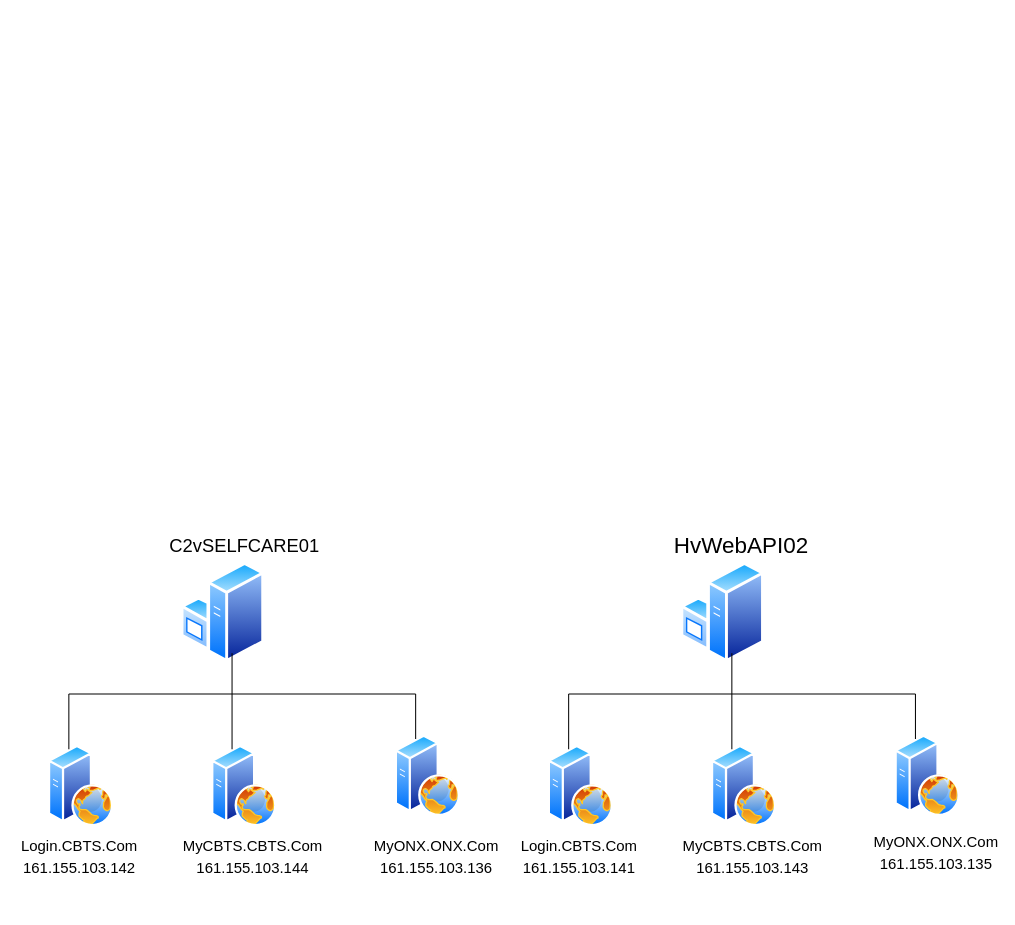
Above: CBTS.drawio in DeepakSagare/Deisgn (draw.io), before the change. Source tidied: cells renumbered, new cells numbered last; positions are measured from the earlier drawing's top-left corner, leaving out a move shared by most shapes. Both pictures are drawn from the tidied source at 102%, with x=0, y=0 at pixel (17, 530).
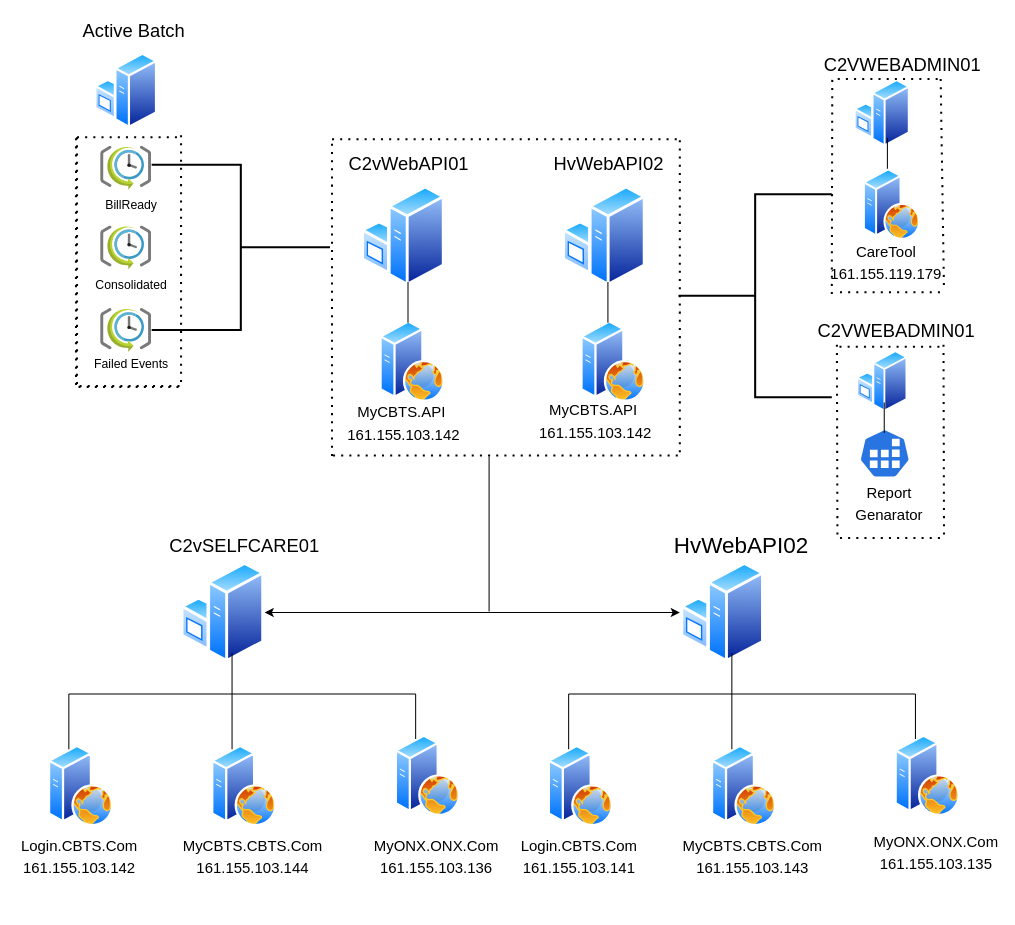
The same diagram, later.

The change refers to these unchanged cells:
```xml
<mxCell id="2" style="perimeter=ellipsePerimeter;html=1;align=center;shadow=0;dashed=0;spacingTop=3;image;image=img/lib/active_directory/windows_server.svg;" parent="1" vertex="1">
  <mxGeometry x="160" y="30" width="82" height="100" as="geometry" />
</mxCell>
```

What changed in the source:
```diff
@@
+    <mxCell id="28" style="perimeter=ellipsePerimeter;html=1;align=center;shadow=0;dashed=0;spacingTop=3;image;image=img/lib/active_directory/windows_server.svg;" parent="1" vertex="1">
+      <mxGeometry x="337" y="-339" width="82" height="100" as="geometry" />
+    </mxCell>
+    <mxCell id="29" value="C2vWebAPI01" style="text;html=1;align=center;verticalAlign=middle;fontSize=18;" parent="1" vertex="1">
+      <mxGeometry x="319" y="-372" width="128" height="26" as="geometry" />
+    </mxCell>
+    <mxCell id="30" style="perimeter=ellipsePerimeter;html=1;align=center;shadow=0;dashed=0;spacingTop=3;image;image=img/lib/active_directory/windows_server.svg;" parent="1" vertex="1">
+      <mxGeometry x="534" y="-339" width="82" height="100" as="geometry" />
+    </mxCell>
+    <mxCell id="31" value="HvWebAPI02" style="text;html=1;align=center;verticalAlign=middle;fontSize=18;" parent="1" vertex="1">
+      <mxGeometry x="520" y="-372" width="118" height="26" as="geometry" />
+    </mxCell>
+    <mxCell id="32" style="perimeter=ellipsePerimeter;html=1;align=center;shadow=0;dashed=0;spacingTop=3;image;image=img/lib/active_directory/web_server.svg;fontSize=18;" parent="1" vertex="1">
+      <mxGeometry x="355" y="-206" width="64" height="80" as="geometry" />
+    </mxCell>
+    <mxCell id="33" style="perimeter=ellipsePerimeter;html=1;align=center;shadow=0;dashed=0;spacingTop=3;image;image=img/lib/active_directory/web_server.svg;fontSize=18;" parent="1" vertex="1">
+      <mxGeometry x="552" y="-206" width="64" height="80" as="geometry" />
+    </mxCell>
+    <mxCell id="34" style="endArrow=none;html=1;fontSize=18;" parent="1" edge="1">
+      <mxGeometry relative="1" as="geometry">
+        <mxPoint x="382.5" y="-204" as="sourcePoint" />
+        <mxPoint x="382.5" y="-244" as="targetPoint" />
+      </mxGeometry>
+    </mxCell>
+    <mxCell id="35" style="endArrow=none;html=1;fontSize=18;" parent="1" edge="1">
+      <mxGeometry relative="1" as="geometry">
+        <mxPoint x="578.5" y="-204" as="sourcePoint" />
+        <mxPoint x="578.5" y="-244" as="targetPoint" />
+      </mxGeometry>
+    </mxCell>
+    <mxCell id="36" style="endArrow=none;dashed=1;html=1;dashPattern=1 3;strokeWidth=2;labelBackgroundColor=#ffffff;fontSize=22;" parent="1" edge="1">
+      <mxGeometry relative="1" as="geometry">
+        <mxPoint x="308" y="-384" as="sourcePoint" />
+        <mxPoint x="649" y="-384" as="targetPoint" />
+      </mxGeometry>
+    </mxCell>
+    <mxCell id="37" style="endArrow=none;dashed=1;html=1;dashPattern=1 3;strokeWidth=2;labelBackgroundColor=#ffffff;fontSize=22;" parent="1" edge="1">
+      <mxGeometry relative="1" as="geometry">
+        <mxPoint x="309" y="-74" as="sourcePoint" />
+        <mxPoint x="650" y="-74" as="targetPoint" />
+      </mxGeometry>
+    </mxCell>
+    <mxCell id="38" style="endArrow=none;dashed=1;html=1;dashPattern=1 3;strokeWidth=2;labelBackgroundColor=#ffffff;fontSize=22;" parent="1" edge="1">
+      <mxGeometry relative="1" as="geometry">
+        <mxPoint x="308" y="-379.5" as="sourcePoint" />
+        <mxPoint x="308" y="-73" as="targetPoint" />
+      </mxGeometry>
+    </mxCell>
+    <mxCell id="39" style="endArrow=none;dashed=1;html=1;dashPattern=1 3;strokeWidth=2;labelBackgroundColor=#ffffff;fontSize=22;" parent="1" edge="1">
+      <mxGeometry relative="1" as="geometry">
+        <mxPoint x="649" y="-383" as="sourcePoint" />
+        <mxPoint x="649" y="-71" as="targetPoint" />
+      </mxGeometry>
+    </mxCell>
+    <mxCell id="40" value="&lt;font face=&quot;calibri, sans-serif&quot;&gt;&lt;span style=&quot;font-size: 14.6667px&quot;&gt;MyCBTS.API&amp;nbsp;&lt;br&gt;&lt;/span&gt;&lt;/font&gt;&lt;span style=&quot;font-size: 11pt ; font-family: &amp;#34;calibri&amp;#34; , sans-serif&quot;&gt;161.155.103.142&lt;/span&gt;&lt;font face=&quot;calibri, sans-serif&quot;&gt;&lt;span style=&quot;font-size: 14.6667px&quot;&gt;&lt;br&gt;&lt;br&gt;&lt;/span&gt;&lt;/font&gt;" style="text;html=1;align=center;verticalAlign=middle;fontSize=18;" parent="1" vertex="1">
+      <mxGeometry x="323" y="-132" width="110" height="74" as="geometry" />
+    </mxCell>
+    <mxCell id="41" value="&lt;span style=&quot;font-family: &amp;#34;calibri&amp;#34; , sans-serif ; font-size: 14.6667px&quot;&gt;MyCBTS.API&lt;/span&gt;&lt;font face=&quot;calibri, sans-serif&quot;&gt;&lt;span style=&quot;font-size: 14.6667px&quot;&gt;&amp;nbsp;&lt;br&gt;&lt;/span&gt;&lt;/font&gt;&lt;span style=&quot;font-size: 11pt ; font-family: &amp;#34;calibri&amp;#34; , sans-serif&quot;&gt;161.155.103.142&lt;/span&gt;&lt;font face=&quot;calibri, sans-serif&quot;&gt;&lt;span style=&quot;font-size: 14.6667px&quot;&gt;&lt;br&gt;&lt;br&gt;&lt;/span&gt;&lt;/font&gt;" style="text;html=1;align=center;verticalAlign=middle;fontSize=18;" parent="1" vertex="1">
+      <mxGeometry x="511" y="-134" width="110" height="74" as="geometry" />
+    </mxCell>
+    <mxCell id="42" style="endArrow=none;html=1;labelBackgroundColor=#ffffff;fontSize=22;" parent="1" edge="1">
+      <mxGeometry relative="1" as="geometry">
+        <mxPoint x="462" y="79" as="sourcePoint" />
+        <mxPoint x="462" y="-73" as="targetPoint" />
+      </mxGeometry>
+    </mxCell>
+    <mxCell id="43" style="endArrow=classic;startArrow=classic;html=1;labelBackgroundColor=#ffffff;fontSize=22;exitX=1;exitY=0.5;exitDx=0;exitDy=0;" parent="1" edge="1" source="2">
+      <mxGeometry relative="1" as="geometry">
+        <mxPoint x="649" y="80" as="targetPoint" />
+      </mxGeometry>
+    </mxCell>
+    <mxCell id="44" style="perimeter=ellipsePerimeter;html=1;align=center;shadow=0;dashed=0;spacingTop=3;image;image=img/lib/active_directory/windows_server.svg;" parent="1" vertex="1">
+      <mxGeometry x="820" y="-443" width="54.9" height="67" as="geometry" />
+    </mxCell>
+    <mxCell id="45" value="C2VWEBADMIN01" style="text;html=1;align=center;verticalAlign=middle;points=[];fontSize=18;" parent="1" vertex="1">
+      <mxGeometry x="785" y="-469" width="164" height="26" as="geometry" />
+    </mxCell>
+    <mxCell id="46" style="perimeter=ellipsePerimeter;html=1;align=center;shadow=0;dashed=0;spacingTop=3;image;image=img/lib/active_directory/web_server.svg;fontSize=18;" parent="1" vertex="1">
+      <mxGeometry x="829" y="-355" width="56" height="70" as="geometry" />
+    </mxCell>
+    <mxCell id="47" style="endArrow=none;html=1;fontSize=18;" parent="1" edge="1">
+      <mxGeometry relative="1" as="geometry">
+        <mxPoint x="852.5" y="-355" as="sourcePoint" />
+        <mxPoint x="852.5" y="-385" as="targetPoint" />
+      </mxGeometry>
+    </mxCell>
+    <mxCell id="48" value="&lt;span style=&quot;font-size: 11pt ; font-family: &amp;#34;calibri&amp;#34; , sans-serif&quot;&gt;CareTool&lt;br&gt;161.155.119.179&lt;/span&gt;&lt;font face=&quot;calibri, sans-serif&quot;&gt;&lt;span style=&quot;font-size: 14.6667px&quot;&gt;&lt;br&gt;&lt;br&gt;&lt;/span&gt;&lt;/font&gt;" style="text;html=1;align=center;verticalAlign=middle;fontSize=18;" parent="1" vertex="1">
+      <mxGeometry x="796" y="-289" width="110" height="74" as="geometry" />
+    </mxCell>
+    <mxCell id="49" style="html=1;align=center;image;fontSize=12;image=img/lib/mscae/SchedulerJobCollection.svg;" parent="1" vertex="1">
+      <mxGeometry x="81.2" y="-377" width="50" height="43" as="geometry" />
+    </mxCell>
+    <mxCell id="50" style="perimeter=ellipsePerimeter;html=1;align=center;shadow=0;dashed=0;spacingTop=3;image;image=img/lib/active_directory/windows_server.svg;" parent="1" vertex="1">
+      <mxGeometry x="75.5" y="-469" width="61.5" height="75" as="geometry" />
+    </mxCell>
+    <mxCell id="51" value="Active Batch&amp;nbsp;" style="text;html=1;align=center;verticalAlign=middle;fontSize=18;" parent="1" vertex="1">
+      <mxGeometry x="58" y="-503" width="115" height="26" as="geometry" />
+    </mxCell>
+    <mxCell id="52" style="html=1;align=center;image;fontSize=12;image=img/lib/mscae/SchedulerJobCollection.svg;" parent="1" vertex="1">
+      <mxGeometry x="81.2" y="-218" width="50" height="43" as="geometry" />
+    </mxCell>
+    <mxCell id="53" style="html=1;align=center;image;fontSize=12;image=img/lib/mscae/SchedulerJobCollection.svg;" parent="1" vertex="1">
+      <mxGeometry x="81.2" y="-299" width="50" height="43" as="geometry" />
+    </mxCell>
+    <mxCell id="54" value="&lt;font style=&quot;font-size: 12px&quot;&gt;BillReady&lt;/font&gt;" style="text;html=1;align=center;verticalAlign=middle;fontSize=22;" parent="1" vertex="1">
+      <mxGeometry x="80.5" y="-339" width="60" height="33" as="geometry" />
+    </mxCell>
+    <mxCell id="55" value="&lt;font style=&quot;font-size: 12px&quot;&gt;Consolidated&lt;/font&gt;" style="text;html=1;align=center;verticalAlign=middle;fontSize=22;" parent="1" vertex="1">
+      <mxGeometry x="70.5" y="-261" width="80" height="33" as="geometry" />
+    </mxCell>
+    <mxCell id="56" value="&lt;font style=&quot;font-size: 12px&quot;&gt;Failed Events&lt;/font&gt;" style="text;html=1;align=center;verticalAlign=middle;fontSize=22;" parent="1" vertex="1">
+      <mxGeometry x="69" y="-182.5" width="83" height="33" as="geometry" />
+    </mxCell>
+    <mxCell id="57" style="strokeWidth=2;html=1;shape=mxgraph.flowchart.annotation_2;align=left;labelPosition=right;fontSize=22;direction=west;" parent="1" vertex="1">
+      <mxGeometry x="131.2" y="-359" width="174.8" height="162" as="geometry" />
+    </mxCell>
+    <mxCell id="58" style="endArrow=none;dashed=1;html=1;dashPattern=1 3;strokeWidth=2;labelBackgroundColor=#ffffff;fontSize=22;" parent="1" edge="1">
+      <mxGeometry relative="1" as="geometry">
+        <mxPoint x="57" y="-385" as="sourcePoint" />
+        <mxPoint x="57" y="-142" as="targetPoint" />
+      </mxGeometry>
+    </mxCell>
+    <mxCell id="59" style="endArrow=none;dashed=1;html=1;dashPattern=1 3;strokeWidth=2;labelBackgroundColor=#ffffff;fontSize=22;" parent="1" edge="1">
+      <mxGeometry relative="1" as="geometry">
+        <mxPoint x="160" y="-388" as="sourcePoint" />
+        <mxPoint x="160" y="-145" as="targetPoint" />
+      </mxGeometry>
+    </mxCell>
+    <mxCell id="60" style="endArrow=none;dashed=1;html=1;dashPattern=1 3;strokeWidth=2;labelBackgroundColor=#ffffff;fontSize=22;" parent="1" edge="1">
+      <mxGeometry relative="1" as="geometry">
+        <mxPoint x="59.5" y="-141" as="sourcePoint" />
+        <mxPoint x="159" y="-141" as="targetPoint" />
+      </mxGeometry>
+    </mxCell>
+    <mxCell id="61" style="endArrow=none;dashed=1;html=1;dashPattern=1 3;strokeWidth=2;labelBackgroundColor=#ffffff;fontSize=22;" parent="1" edge="1">
+      <mxGeometry relative="1" as="geometry">
+        <mxPoint x="58" y="-386" as="sourcePoint" />
+        <mxPoint x="157.5" y="-386" as="targetPoint" />
+      </mxGeometry>
+    </mxCell>
+    <mxCell id="62" style="perimeter=ellipsePerimeter;html=1;align=center;shadow=0;dashed=0;spacingTop=3;image;image=img/lib/active_directory/windows_server.svg;" parent="1" vertex="1">
+      <mxGeometry x="822.5" y="-177" width="50" height="61" as="geometry" />
+    </mxCell>
+    <mxCell id="63" value="C2VWEBADMIN01" style="text;html=1;align=center;verticalAlign=middle;fontSize=18;" parent="1" vertex="1">
+      <mxGeometry x="779" y="-209.5" width="164" height="26" as="geometry" />
+    </mxCell>
+    <mxCell id="64" value="&lt;font face=&quot;calibri, sans-serif&quot;&gt;&lt;span style=&quot;font-size: 14.6667px&quot;&gt;Report &lt;br&gt;Genarator&lt;br&gt;&lt;/span&gt;&lt;/font&gt;" style="text;html=1;align=center;verticalAlign=middle;fontSize=18;" parent="1" vertex="1">
+      <mxGeometry x="818" y="-52" width="71" height="50" as="geometry" />
+    </mxCell>
+    <mxCell id="65" style="html=1;dashed=0;whitespace=wrap;fillColor=#2875E2;strokeColor=#ffffff;shape=mxgraph.kubernetes.icon;prIcon=job;fontSize=22;" parent="1" vertex="1">
+      <mxGeometry x="824.9" y="-100" width="50" height="48" as="geometry" />
+    </mxCell>
+    <mxCell id="66" style="endArrow=none;html=1;fontSize=18;" parent="1" edge="1">
+      <mxGeometry relative="1" as="geometry">
+        <mxPoint x="849.4" y="-96" as="sourcePoint" />
+        <mxPoint x="849.4" y="-126" as="targetPoint" />
+      </mxGeometry>
+    </mxCell>
+    <mxCell id="67" style="endArrow=none;dashed=1;html=1;dashPattern=1 3;strokeWidth=2;labelBackgroundColor=#ffffff;fontSize=22;" parent="1" edge="1">
+      <mxGeometry relative="1" as="geometry">
+        <mxPoint x="60.5" y="-142" as="sourcePoint" />
+        <mxPoint x="160" y="-142" as="targetPoint" />
+      </mxGeometry>
+    </mxCell>
+    <mxCell id="68" style="endArrow=none;dashed=1;html=1;dashPattern=1 3;strokeWidth=2;labelBackgroundColor=#ffffff;fontSize=22;" parent="1" edge="1">
+      <mxGeometry relative="1" as="geometry">
+        <mxPoint x="58" y="-386" as="sourcePoint" />
+        <mxPoint x="58" y="-143" as="targetPoint" />
+      </mxGeometry>
+    </mxCell>
+    <mxCell id="69" style="endArrow=none;dashed=1;html=1;dashPattern=1 3;strokeWidth=2;labelBackgroundColor=#ffffff;fontSize=22;" parent="1" edge="1">
+      <mxGeometry relative="1" as="geometry">
+        <mxPoint x="907.5" y="-182.5" as="sourcePoint" />
+        <mxPoint x="908" y="4" as="targetPoint" />
+      </mxGeometry>
+    </mxCell>
+    <mxCell id="70" style="endArrow=none;dashed=1;html=1;dashPattern=1 3;strokeWidth=2;labelBackgroundColor=#ffffff;fontSize=22;" parent="1" edge="1">
+      <mxGeometry relative="1" as="geometry">
+        <mxPoint x="805.5" y="-180.5" as="sourcePoint" />
+        <mxPoint x="905" y="-180.5" as="targetPoint" />
+      </mxGeometry>
+    </mxCell>
+    <mxCell id="71" style="endArrow=none;dashed=1;html=1;dashPattern=1 3;strokeWidth=2;labelBackgroundColor=#ffffff;fontSize=22;" parent="1" edge="1">
+      <mxGeometry relative="1" as="geometry">
+        <mxPoint x="806" y="7" as="sourcePoint" />
+        <mxPoint x="906" y="7" as="targetPoint" />
+        <Array as="points">
+          <mxPoint x="868" y="7" />
+        </Array>
+      </mxGeometry>
+    </mxCell>
+    <mxCell id="72" style="endArrow=none;dashed=1;html=1;dashPattern=1 3;strokeWidth=2;labelBackgroundColor=#ffffff;fontSize=22;" parent="1" edge="1">
+      <mxGeometry relative="1" as="geometry">
+        <mxPoint x="803" y="-182.5" as="sourcePoint" />
+        <mxPoint x="803.5" y="4" as="targetPoint" />
+      </mxGeometry>
+    </mxCell>
+    <mxCell id="73" style="endArrow=none;dashed=1;html=1;dashPattern=1 3;strokeWidth=2;labelBackgroundColor=#ffffff;fontSize=22;" parent="1" edge="1">
+      <mxGeometry relative="1" as="geometry">
+        <mxPoint x="803.8" y="-443" as="sourcePoint" />
+        <mxPoint x="903.2" y="-443" as="targetPoint" />
+      </mxGeometry>
+    </mxCell>
+    <mxCell id="74" style="endArrow=none;dashed=1;html=1;dashPattern=1 3;strokeWidth=2;labelBackgroundColor=#ffffff;fontSize=22;exitX=0.73;exitY=1;exitDx=0;exitDy=0;exitPerimeter=0;" parent="1" edge="1" source="45">
+      <mxGeometry relative="1" as="geometry">
+        <mxPoint x="908" y="-235" as="targetPoint" />
+      </mxGeometry>
+    </mxCell>
+    <mxCell id="75" style="endArrow=none;dashed=1;html=1;dashPattern=1 3;strokeWidth=2;labelBackgroundColor=#ffffff;fontSize=22;" parent="1" edge="1">
+      <mxGeometry relative="1" as="geometry">
+        <mxPoint x="806" y="-234" as="sourcePoint" />
+        <mxPoint x="906" y="-234" as="targetPoint" />
+        <Array as="points">
+          <mxPoint x="868" y="-234" />
+        </Array>
+      </mxGeometry>
+    </mxCell>
+    <mxCell id="76" style="endArrow=none;dashed=1;html=1;dashPattern=1 3;strokeWidth=2;labelBackgroundColor=#ffffff;fontSize=22;exitX=0.082;exitY=1.031;exitDx=0;exitDy=0;exitPerimeter=0;entryX=1;entryY=0.5;entryDx=0;entryDy=0;entryPerimeter=0;" parent="1" edge="1" source="45" target="77">
+      <mxGeometry relative="1" as="geometry" />
+    </mxCell>
+    <mxCell id="77" style="strokeWidth=2;html=1;shape=mxgraph.flowchart.annotation_2;align=left;labelPosition=right;fontSize=22;direction=east;" parent="1" vertex="1">
+      <mxGeometry x="647.7" y="-330" width="150.3" height="199" as="geometry" />
+    </mxCell>
```
